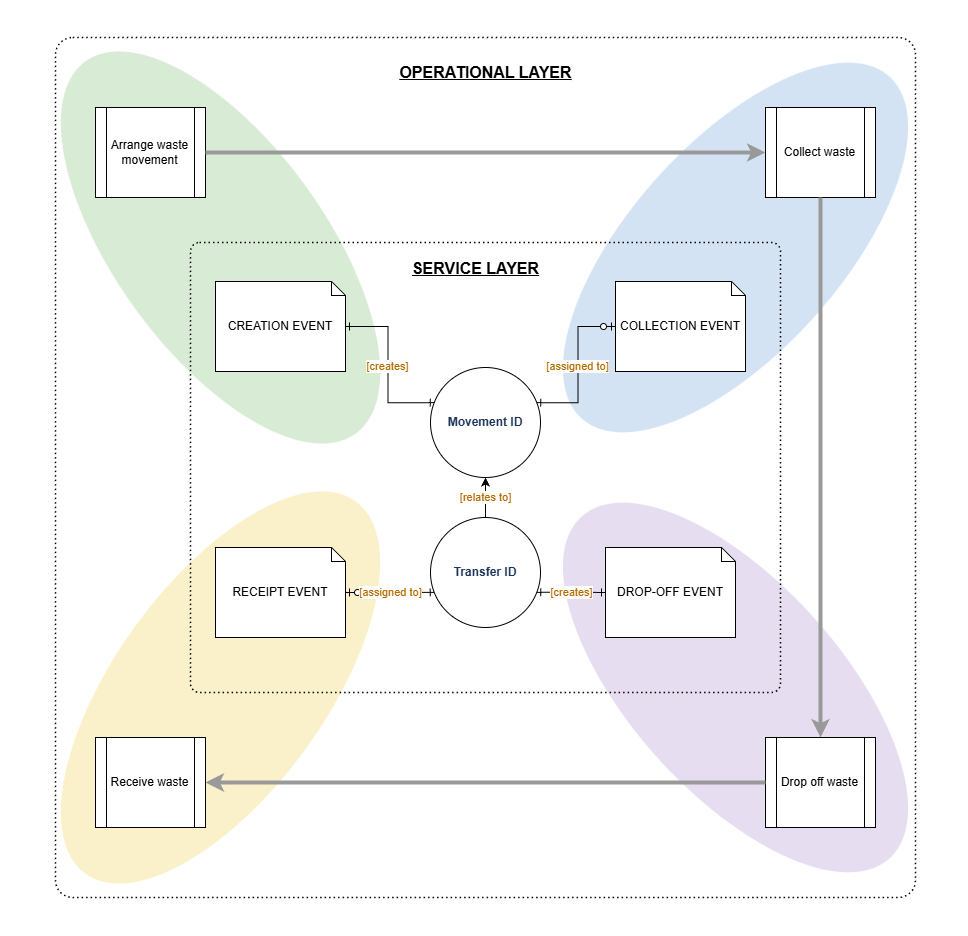
Earlier version of the draw.io export docs/images/dwt-movement-delivery-events.png (DEFRA/digital-waste-tracking-api-docs). Source tidied: cells renumbered, new cells last; positions are measured from the earlier drawing's top-left corner, leaving out a move shared by most shapes. Source of this version:
```xml
<mxGraphModel>
  <root>
    <mxCell id="0" />
    <mxCell id="1" parent="0" />
    <mxCell id="2" style="rounded=1;arcSize=2;whiteSpace=wrap;html=1;dashed=1;dashPattern=1 2;fillColor=none;strokeColor=#000000;strokeWidth=1.5;" parent="1" vertex="1">
      <mxGeometry x="65" width="860" height="860" as="geometry" />
    </mxCell>
    <mxCell id="3" value="OPERATIONAL LAYER" style="text;html=1;fontSize=16;fontStyle=5;align=center;verticalAlign=middle;fontColor=#000000;" parent="1" vertex="1">
      <mxGeometry x="345" y="22" width="300" height="26" as="geometry" />
    </mxCell>
    <mxCell id="4" style="ellipse;whiteSpace=wrap;html=1;fillColor=#A8D5A2;strokeColor=none;opacity=45;rotation=54;" parent="1" vertex="1">
      <mxGeometry y="105" width="460" height="210" as="geometry" />
    </mxCell>
    <mxCell id="5" style="ellipse;whiteSpace=wrap;html=1;fillColor=#9FC2E8;strokeColor=none;opacity=45;rotation=-48;" parent="1" vertex="1">
      <mxGeometry x="515" y="105" width="460" height="210" as="geometry" />
    </mxCell>
    <mxCell id="6" style="ellipse;whiteSpace=wrap;html=1;fillColor=#C7B3E0;strokeColor=none;opacity=45;rotation=48;" parent="1" vertex="1">
      <mxGeometry x="515" y="545" width="460" height="210" as="geometry" />
    </mxCell>
    <mxCell id="7" style="ellipse;whiteSpace=wrap;html=1;fillColor=#F5E08A;strokeColor=none;opacity=45;rotation=-54;" parent="1" vertex="1">
      <mxGeometry y="545" width="460" height="210" as="geometry" />
    </mxCell>
    <mxCell id="8" value="Arrange waste movement" style="shape=process;whiteSpace=wrap;html=1;fillColor=#ffffff;strokeColor=#000000;fontSize=12;" parent="1" vertex="1">
      <mxGeometry x="105" y="70" width="110" height="90" as="geometry" />
    </mxCell>
    <mxCell id="9" value="Collect waste" style="shape=process;whiteSpace=wrap;html=1;fillColor=#ffffff;strokeColor=#000000;fontSize=12;" parent="1" vertex="1">
      <mxGeometry x="775" y="70" width="110" height="90" as="geometry" />
    </mxCell>
    <mxCell id="10" value="Drop off waste" style="shape=process;whiteSpace=wrap;html=1;fillColor=#ffffff;strokeColor=#000000;fontSize=12;" parent="1" vertex="1">
      <mxGeometry x="775" y="700" width="110" height="90" as="geometry" />
    </mxCell>
    <mxCell id="11" value="Receive waste" style="shape=process;whiteSpace=wrap;html=1;fillColor=#ffffff;strokeColor=#000000;fontSize=12;" parent="1" vertex="1">
      <mxGeometry x="105" y="700" width="110" height="90" as="geometry" />
    </mxCell>
    <mxCell id="12" style="html=1;endArrow=classic;startArrow=none;strokeColor=#999999;strokeWidth=4;rounded=0;exitX=1;exitY=0.5;exitDx=0;exitDy=0;entryX=0;entryY=0.5;entryDx=0;entryDy=0;" parent="1" edge="1" source="8" target="9">
      <mxGeometry relative="1" as="geometry" />
    </mxCell>
    <mxCell id="13" style="html=1;endArrow=classic;startArrow=none;strokeColor=#999999;strokeWidth=4;rounded=0;exitX=0.5;exitY=1;exitDx=0;exitDy=0;entryX=0.5;entryY=0;entryDx=0;entryDy=0;" parent="1" edge="1" source="9" target="10">
      <mxGeometry relative="1" as="geometry" />
    </mxCell>
    <mxCell id="14" style="html=1;endArrow=classic;startArrow=none;strokeColor=#999999;strokeWidth=4;rounded=0;exitX=0;exitY=0.5;exitDx=0;exitDy=0;entryX=1;entryY=0.5;entryDx=0;entryDy=0;" parent="1" edge="1" source="10" target="11">
      <mxGeometry relative="1" as="geometry" />
    </mxCell>
    <mxCell id="15" style="rounded=1;arcSize=2;whiteSpace=wrap;html=1;dashed=1;dashPattern=1 2;fillColor=none;strokeColor=#000000;strokeWidth=1.5;" parent="1" vertex="1">
      <mxGeometry x="200" y="205" width="590" height="450" as="geometry" />
    </mxCell>
    <mxCell id="16" value="SERVICE LAYER" style="text;html=1;fontSize=16;fontStyle=5;align=center;verticalAlign=middle;fontColor=#000000;" parent="1" vertex="1">
      <mxGeometry x="335" y="218" width="300" height="26" as="geometry" />
    </mxCell>
    <mxCell id="17" value="CREATION EVENT" style="shape=note;whiteSpace=wrap;html=1;fillColor=#ffffff;strokeColor=#000000;size=14;fontSize=12;" parent="1" vertex="1">
      <mxGeometry x="225" y="244" width="130" height="90" as="geometry" />
    </mxCell>
    <mxCell id="18" value="COLLECTION EVENT" style="shape=note;whiteSpace=wrap;html=1;fillColor=#ffffff;strokeColor=#000000;size=14;fontSize=12;" parent="1" vertex="1">
      <mxGeometry x="625" y="244" width="130" height="90" as="geometry" />
    </mxCell>
    <mxCell id="19" value="RECEIPT EVENT" style="shape=note;whiteSpace=wrap;html=1;fillColor=#ffffff;strokeColor=#000000;size=14;fontSize=12;" parent="1" vertex="1">
      <mxGeometry x="225" y="510" width="130" height="90" as="geometry" />
    </mxCell>
    <mxCell id="20" value="DROP-OFF EVENT" style="shape=note;whiteSpace=wrap;html=1;fillColor=#ffffff;strokeColor=#000000;size=14;fontSize=12;" parent="1" vertex="1">
      <mxGeometry x="615" y="510" width="130" height="90" as="geometry" />
    </mxCell>
    <mxCell id="21" value="Movement ID" style="ellipse;whiteSpace=wrap;html=1;fillColor=#ffffff;strokeColor=#000000;fontColor=#1D3557;fontStyle=1;fontSize=12;" parent="1" vertex="1">
      <mxGeometry x="440" y="330" width="110" height="110" as="geometry" />
    </mxCell>
    <mxCell id="22" value="Transfer ID" style="ellipse;whiteSpace=wrap;html=1;fillColor=#ffffff;strokeColor=#000000;fontColor=#1D3557;fontStyle=1;fontSize=12;" parent="1" vertex="1">
      <mxGeometry x="440" y="480" width="110" height="110" as="geometry" />
    </mxCell>
    <mxCell id="23" value="[creates]" style="html=1;edgeStyle=orthogonalEdgeStyle;rounded=0;startArrow=ERone;endArrow=ERone;startFill=1;endFill=1;strokeColor=#000000;fontColor=#B36B00;fontSize=11;exitX=1;exitY=0.5;exitDx=0;exitDy=0;entryX=0;entryY=0.3;entryDx=0;entryDy=0;" parent="1" edge="1" source="17" target="21">
      <mxGeometry relative="1" as="geometry" />
    </mxCell>
    <mxCell id="24" value="[assigned to]" style="html=1;edgeStyle=orthogonalEdgeStyle;rounded=0;startArrow=ERone;endArrow=ERzeroToOne;startFill=1;endFill=1;strokeColor=#000000;fontColor=#B36B00;fontSize=11;exitX=1;exitY=0.3;exitDx=0;exitDy=0;entryX=0;entryY=0.5;entryDx=0;entryDy=0;" parent="1" edge="1" source="21" target="18">
      <mxGeometry relative="1" as="geometry" />
    </mxCell>
    <mxCell id="25" value="[relates to]" style="html=1;edgeStyle=orthogonalEdgeStyle;rounded=0;startArrow=none;endArrow=classic;strokeColor=#000000;fontColor=#B36B00;fontSize=11;exitX=0.5;exitY=0;exitDx=0;exitDy=0;entryX=0.5;entryY=1;entryDx=0;entryDy=0;" parent="1" edge="1" source="22" target="21">
      <mxGeometry relative="1" as="geometry" />
    </mxCell>
    <mxCell id="26" value="[creates]" style="html=1;edgeStyle=orthogonalEdgeStyle;rounded=0;startArrow=ERone;endArrow=ERone;startFill=1;endFill=1;strokeColor=#000000;fontColor=#B36B00;fontSize=11;exitX=1;exitY=0.7;exitDx=0;exitDy=0;entryX=0;entryY=0.5;entryDx=0;entryDy=0;" parent="1" edge="1" source="22" target="20">
      <mxGeometry relative="1" as="geometry" />
    </mxCell>
    <mxCell id="27" value="[assigned to]" style="html=1;edgeStyle=orthogonalEdgeStyle;rounded=0;startArrow=ERzeroToOne;endArrow=ERone;startFill=1;endFill=1;strokeColor=#000000;fontColor=#B36B00;fontSize=11;exitX=1;exitY=0.5;exitDx=0;exitDy=0;entryX=0;entryY=0.7;entryDx=0;entryDy=0;" parent="1" edge="1" source="19" target="22">
      <mxGeometry relative="1" as="geometry" />
    </mxCell>
  </root>
</mxGraphModel>
```
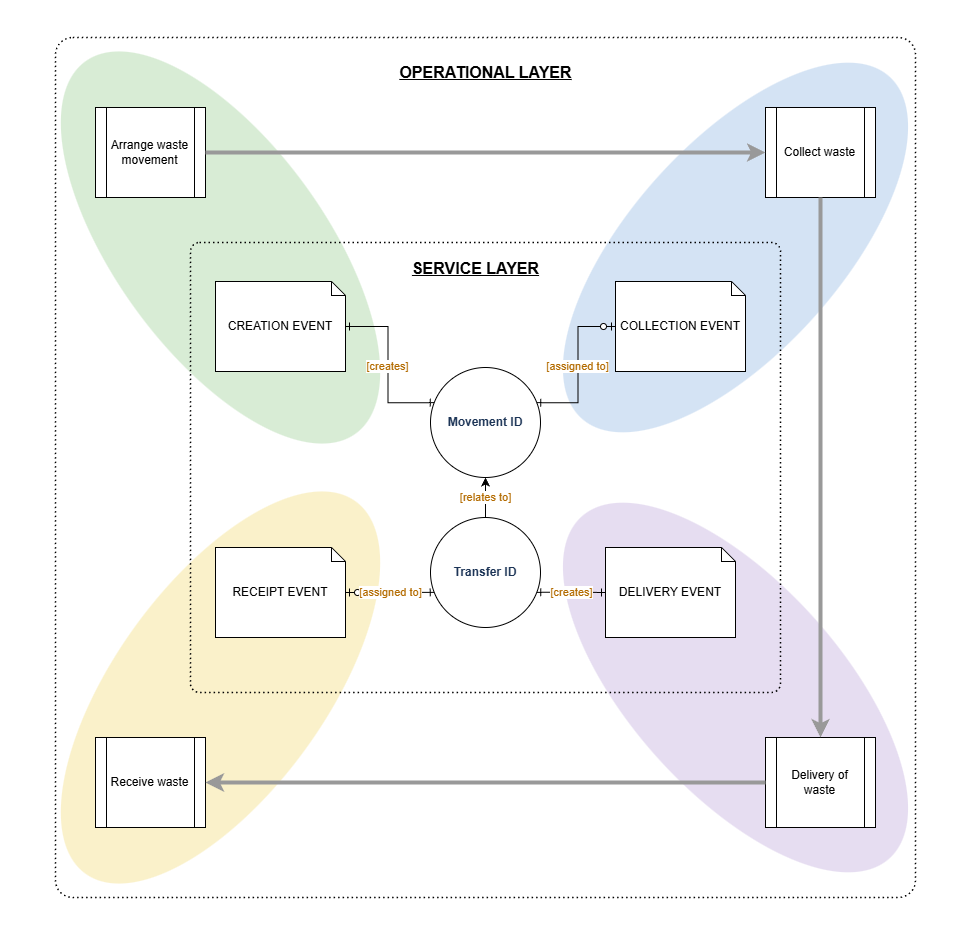
After the change.

Diff of the diagram source:
```diff
@@ -26,7 +26,7 @@
     <mxCell id="9" value="Collect waste" style="shape=process;whiteSpace=wrap;html=1;fillColor=#ffffff;strokeColor=#000000;fontSize=12;" parent="1" vertex="1">
       <mxGeometry x="775" y="70" width="110" height="90" as="geometry" />
     </mxCell>
-    <mxCell id="10" value="Drop off waste" style="shape=process;whiteSpace=wrap;html=1;fillColor=#ffffff;strokeColor=#000000;fontSize=12;" parent="1" vertex="1">
+    <mxCell id="10" value="Delivery of waste" style="shape=process;whiteSpace=wrap;html=1;fillColor=#ffffff;strokeColor=#000000;fontSize=12;" parent="1" vertex="1">
       <mxGeometry x="775" y="700" width="110" height="90" as="geometry" />
     </mxCell>
     <mxCell id="11" value="Receive waste" style="shape=process;whiteSpace=wrap;html=1;fillColor=#ffffff;strokeColor=#000000;fontSize=12;" parent="1" vertex="1">
@@ -56,7 +56,7 @@
     <mxCell id="19" value="RECEIPT EVENT" style="shape=note;whiteSpace=wrap;html=1;fillColor=#ffffff;strokeColor=#000000;size=14;fontSize=12;" parent="1" vertex="1">
       <mxGeometry x="225" y="510" width="130" height="90" as="geometry" />
     </mxCell>
-    <mxCell id="20" value="DROP-OFF EVENT" style="shape=note;whiteSpace=wrap;html=1;fillColor=#ffffff;strokeColor=#000000;size=14;fontSize=12;" parent="1" vertex="1">
+    <mxCell id="20" value="DELIVERY EVENT" style="shape=note;whiteSpace=wrap;html=1;fillColor=#ffffff;strokeColor=#000000;size=14;fontSize=12;" parent="1" vertex="1">
       <mxGeometry x="615" y="510" width="130" height="90" as="geometry" />
     </mxCell>
     <mxCell id="21" value="Movement ID" style="ellipse;whiteSpace=wrap;html=1;fillColor=#ffffff;strokeColor=#000000;fontColor=#1D3557;fontStyle=1;fontSize=12;" parent="1" vertex="1">
```
